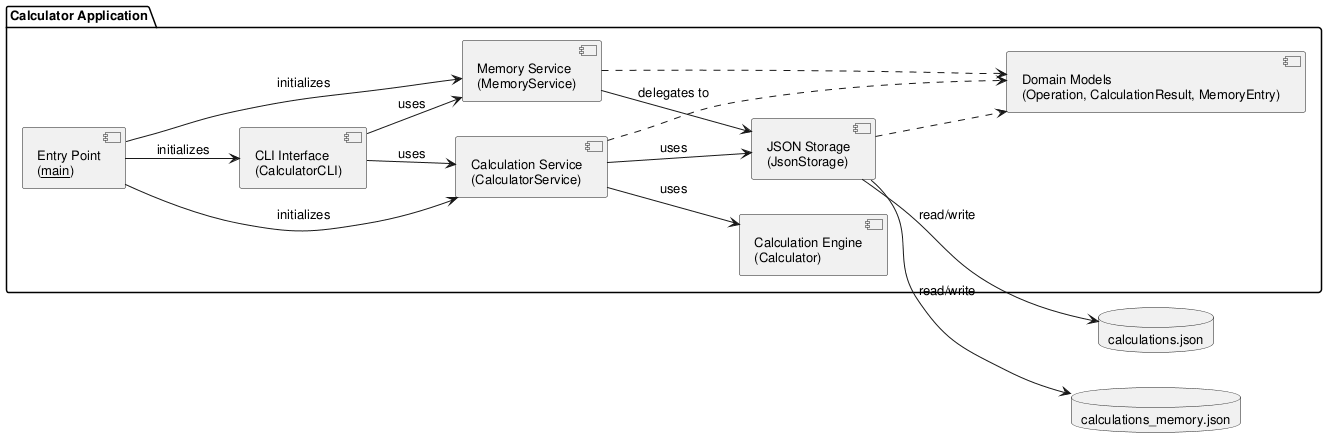
The PlantUML diagram experiments/broadcast/user_stories/calculator/artifacts/component_diagram.png in DanielRiha8906/Software_autoevolution_using_agents, before a commit.
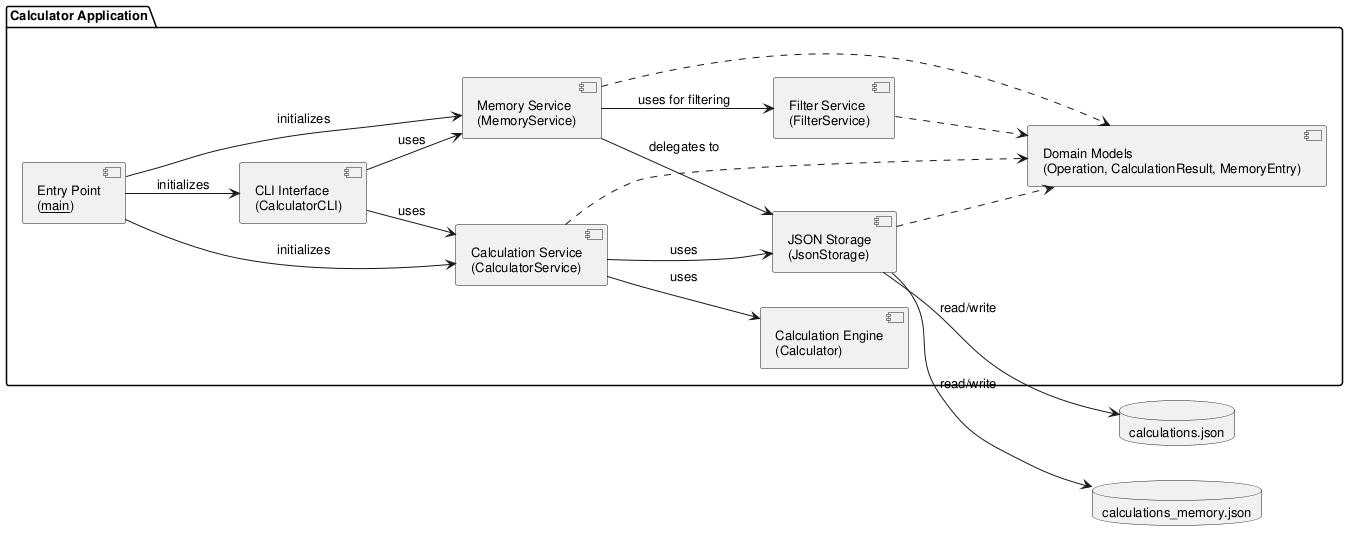
Later version of the same file.

What changed in the source:
```diff
@@ -10,6 +10,7 @@
     component "CLI Interface\n(CalculatorCLI)" as CLI
     component "Calculation Service\n(CalculatorService)" as Service
     component "Memory Service\n(MemoryService)" as MemService
+    component "Filter Service\n(FilterService)" as FilterSvc
     component "Calculation Engine\n(Calculator)" as Calc
     component "JSON Storage\n(JsonStorage)" as Store
     component "Domain Models\n(Operation, CalculationResult, MemoryEntry)" as Models
@@ -23,9 +24,11 @@
     Service --> Calc : uses
     Service --> Store : uses
     MemService --> Store : delegates to
+    MemService --> FilterSvc : uses for filtering
 
     Service ..> Models
     MemService ..> Models
+    FilterSvc ..> Models
     Store ..> Models
 }
 
```
